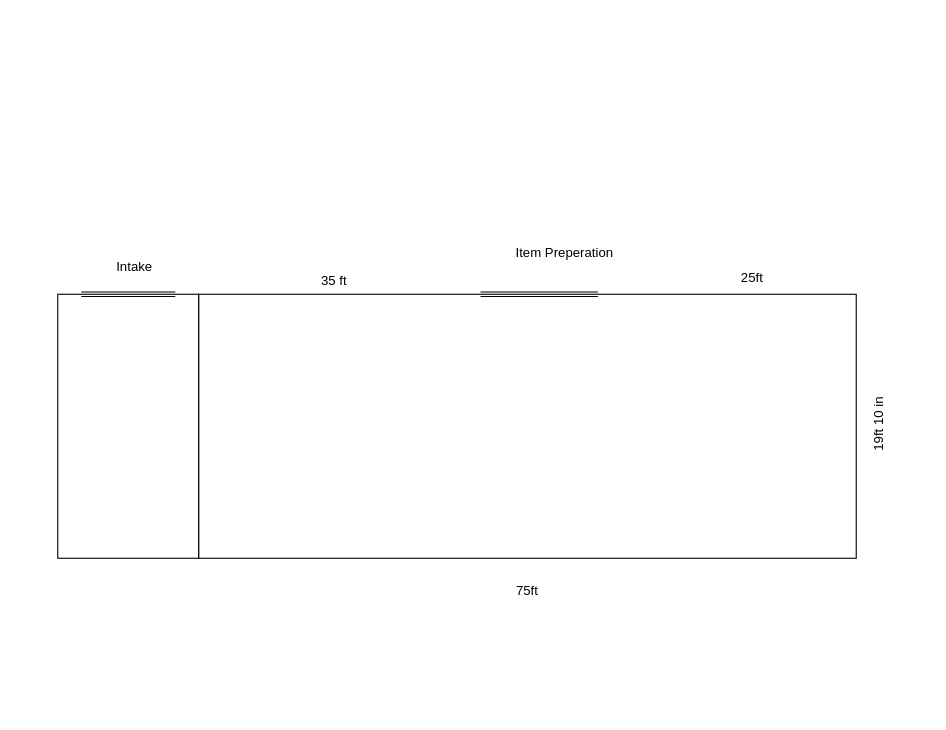
evanpaddock/Selma_Roots keeps this draw.io diagram as page "Store_Layout_Plan" (2 of 6) of selma_roots_diagrams.drawio. Above is the earlier version. Source tidied: cells renumbered, new cells numbered last; positions are measured from the earlier drawing's top-left corner, leaving out a move shared by most shapes. Both pictures are drawn from the tidied source at 110%, with x=0, y=0 at pixel (57, 228).
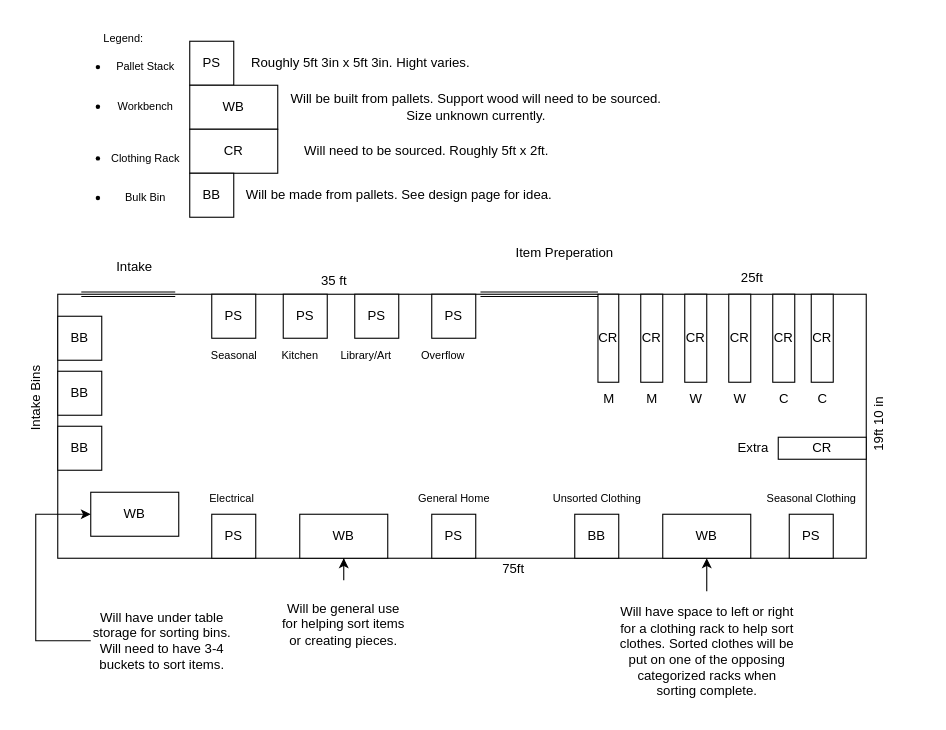
The same page after the edit.

The change refers to these unchanged cells:
```xml
<mxCell id="10" style="group;" parent="2" vertex="1">
  <mxGeometry y="60" width="128.1" height="240" as="geometry" />
</mxCell>
```

Diff of the diagram source:
```diff
@@
     <mxCell id="2" style="group;" parent="1" vertex="1">
-      <mxGeometry width="790" height="360" as="geometry" />
+      <mxGeometry width="790" height="420" as="geometry" />
     </mxCell>
-    <mxCell id="3" style="rounded=0;whiteSpace=wrap;html=1;" parent="2" vertex="1">
-      <mxGeometry x="128.1" y="60" width="597.8" height="240" as="geometry" />
-    </mxCell>
-    <mxCell id="4" value="75ft" style="text;html=1;align=center;verticalAlign=middle;whiteSpace=wrap;rounded=0;" parent="2" vertex="1">
-      <mxGeometry x="363" y="300" width="128.1" height="60" as="geometry" />
-    </mxCell>
+    <mxCell id="14" style="rounded=0;whiteSpace=wrap;html=1;" parent="2" vertex="1">
+      <mxGeometry y="60" width="735" height="240" as="geometry" />
+    </mxCell>
@@
-    <mxCell id="11" style="rounded=0;whiteSpace=wrap;html=1;" parent="10" vertex="1">
-      <mxGeometry width="128.1" height="240" as="geometry" />
-    </mxCell>
@@
+    <mxCell id="15" value="BB" style="whiteSpace=wrap;html=1;" parent="10" vertex="1">
+      <mxGeometry y="20" width="40" height="40" as="geometry" />
+    </mxCell>
+    <mxCell id="16" value="BB" style="whiteSpace=wrap;html=1;" parent="10" vertex="1">
+      <mxGeometry y="70" width="40" height="40" as="geometry" />
+    </mxCell>
+    <mxCell id="17" value="WB" style="whiteSpace=wrap;html=1;direction=west;" parent="10" vertex="1">
+      <mxGeometry x="30" y="180" width="80" height="40" as="geometry" />
+    </mxCell>
@@
+    <mxCell id="18" value="PS" style="whiteSpace=wrap;html=1;" parent="2" vertex="1">
+      <mxGeometry x="340" y="60" width="40" height="40" as="geometry" />
+    </mxCell>
+    <mxCell id="19" value="PS" style="whiteSpace=wrap;html=1;" parent="2" vertex="1">
+      <mxGeometry x="270" y="60" width="40" height="40" as="geometry" />
+    </mxCell>
+    <mxCell id="20" value="PS" style="whiteSpace=wrap;html=1;" parent="2" vertex="1">
+      <mxGeometry x="205" y="60" width="40" height="40" as="geometry" />
+    </mxCell>
+    <mxCell id="21" value="PS" style="whiteSpace=wrap;html=1;" parent="2" vertex="1">
+      <mxGeometry x="140" y="60" width="40" height="40" as="geometry" />
+    </mxCell>
+    <mxCell id="22" value="PS" style="whiteSpace=wrap;html=1;" parent="2" vertex="1">
+      <mxGeometry x="140" y="260" width="40" height="40" as="geometry" />
+    </mxCell>
+    <mxCell id="23" value="PS" style="whiteSpace=wrap;html=1;" parent="2" vertex="1">
+      <mxGeometry x="340" y="260" width="40" height="40" as="geometry" />
+    </mxCell>
+    <mxCell id="24" value="&lt;font style=&quot;font-size: 10px;&quot;&gt;Electrical&lt;/font&gt;" style="text;html=1;align=center;verticalAlign=middle;strokeColor=none;fillColor=none;" parent="2" vertex="1">
+      <mxGeometry x="128.1" y="230" width="60" height="30" as="geometry" />
+    </mxCell>
+    <mxCell id="25" value="&lt;font style=&quot;font-size: 10px;&quot;&gt;Kitchen&lt;/font&gt;" style="text;html=1;align=center;verticalAlign=middle;strokeColor=none;fillColor=none;" parent="2" vertex="1">
+      <mxGeometry x="190" y="100" width="60" height="30" as="geometry" />
+    </mxCell>
+    <mxCell id="26" value="&lt;font style=&quot;font-size: 10px;&quot;&gt;General Home&lt;/font&gt;" style="text;html=1;align=center;verticalAlign=middle;strokeColor=none;fillColor=none;" parent="2" vertex="1">
+      <mxGeometry x="315" y="230" width="90" height="30" as="geometry" />
+    </mxCell>
+    <mxCell id="27" value="&lt;font style=&quot;font-size: 10px;&quot;&gt;Library/Art&lt;/font&gt;" style="text;html=1;align=center;verticalAlign=middle;strokeColor=none;fillColor=none;" parent="2" vertex="1">
+      <mxGeometry x="245" y="100" width="70" height="30" as="geometry" />
+    </mxCell>
+    <mxCell id="28" value="CR" style="whiteSpace=wrap;html=1;direction=south;" parent="2" vertex="1">
+      <mxGeometry x="491.1" y="60" width="18.9" height="80" as="geometry" />
+    </mxCell>
+    <mxCell id="29" value="CR" style="whiteSpace=wrap;html=1;direction=south;" parent="2" vertex="1">
+      <mxGeometry x="530" y="60" width="20" height="80" as="geometry" />
+    </mxCell>
+    <mxCell id="30" value="CR" style="whiteSpace=wrap;html=1;direction=south;" parent="2" vertex="1">
+      <mxGeometry x="570" y="60" width="20" height="80" as="geometry" />
+    </mxCell>
+    <mxCell id="31" value="CR" style="whiteSpace=wrap;html=1;direction=south;" parent="2" vertex="1">
+      <mxGeometry x="610" y="60" width="20" height="80" as="geometry" />
+    </mxCell>
+    <mxCell id="32" value="CR" style="whiteSpace=wrap;html=1;direction=south;" parent="2" vertex="1">
+      <mxGeometry x="650" y="60" width="20" height="80" as="geometry" />
+    </mxCell>
+    <mxCell id="33" value="M" style="text;html=1;align=center;verticalAlign=middle;strokeColor=none;fillColor=none;" parent="2" vertex="1">
+      <mxGeometry x="485.5" y="140" width="30" height="30" as="geometry" />
+    </mxCell>
+    <mxCell id="34" value="M" style="text;html=1;align=center;verticalAlign=middle;strokeColor=none;fillColor=none;" parent="2" vertex="1">
+      <mxGeometry x="525" y="140" width="30" height="30" as="geometry" />
+    </mxCell>
+    <mxCell id="35" value="W" style="text;html=1;align=center;verticalAlign=middle;strokeColor=none;fillColor=none;" parent="2" vertex="1">
+      <mxGeometry x="565" y="140" width="30" height="30" as="geometry" />
+    </mxCell>
+    <mxCell id="36" value="CR" style="whiteSpace=wrap;html=1;direction=south;" parent="2" vertex="1">
+      <mxGeometry x="685" y="60" width="20" height="80" as="geometry" />
+    </mxCell>
+    <mxCell id="37" value="W" style="text;html=1;align=center;verticalAlign=middle;strokeColor=none;fillColor=none;" parent="2" vertex="1">
+      <mxGeometry x="605" y="140" width="30" height="30" as="geometry" />
+    </mxCell>
+    <mxCell id="38" value="C" style="text;html=1;align=center;verticalAlign=middle;strokeColor=none;fillColor=none;" parent="2" vertex="1">
+      <mxGeometry x="645" y="140" width="30" height="30" as="geometry" />
+    </mxCell>
+    <mxCell id="39" value="C" style="text;html=1;align=center;verticalAlign=middle;strokeColor=none;fillColor=none;" parent="2" vertex="1">
+      <mxGeometry x="680" y="140" width="30" height="30" as="geometry" />
+    </mxCell>
+    <mxCell id="40" value="PS" style="whiteSpace=wrap;html=1;" parent="2" vertex="1">
+      <mxGeometry x="665" y="260" width="40" height="40" as="geometry" />
+    </mxCell>
+    <mxCell id="41" value="WB" style="whiteSpace=wrap;html=1;direction=east;" parent="2" vertex="1">
+      <mxGeometry x="220" y="260" width="80" height="40" as="geometry" />
+    </mxCell>
+    <mxCell id="42" value="WB" style="whiteSpace=wrap;html=1;" parent="2" vertex="1">
+      <mxGeometry x="550" y="260" width="80" height="40" as="geometry" />
+    </mxCell>
+    <mxCell id="43" value="&lt;font style=&quot;font-size: 10px;&quot;&gt;Seasonal&lt;/font&gt;" style="text;html=1;align=center;verticalAlign=middle;strokeColor=none;fillColor=none;" parent="2" vertex="1">
+      <mxGeometry x="125" y="100" width="70" height="30" as="geometry" />
+    </mxCell>
+    <mxCell id="44" value="&lt;font style=&quot;font-size: 10px;&quot;&gt;Overflow&lt;/font&gt;" style="text;html=1;align=center;verticalAlign=middle;strokeColor=none;fillColor=none;" parent="2" vertex="1">
+      <mxGeometry x="320" y="100" width="60" height="30" as="geometry" />
+    </mxCell>
+    <mxCell id="45" value="&lt;font style=&quot;font-size: 10px;&quot;&gt;Seasonal Clothing&lt;/font&gt;" style="text;html=1;align=center;verticalAlign=middle;strokeColor=none;fillColor=none;" parent="2" vertex="1">
+      <mxGeometry x="635" y="230" width="100" height="30" as="geometry" />
+    </mxCell>
+    <mxCell id="46" value="BB" style="whiteSpace=wrap;html=1;" parent="2" vertex="1">
+      <mxGeometry x="470" y="260" width="40" height="40" as="geometry" />
+    </mxCell>
+    <mxCell id="47" value="&lt;font style=&quot;font-size: 10px;&quot;&gt;Unsorted Clothing&lt;/font&gt;" style="text;html=1;align=center;verticalAlign=middle;strokeColor=none;fillColor=none;" parent="2" vertex="1">
+      <mxGeometry x="440" y="230" width="100" height="30" as="geometry" />
+    </mxCell>
+    <mxCell id="48" value="BB" style="whiteSpace=wrap;html=1;" parent="2" vertex="1">
+      <mxGeometry y="180" width="40" height="40" as="geometry" />
+    </mxCell>
+    <mxCell id="49" value="CR" style="whiteSpace=wrap;html=1;direction=west;" parent="2" vertex="1">
+      <mxGeometry x="655" y="190" width="80" height="20" as="geometry" />
+    </mxCell>
+    <mxCell id="50" value="Extra" style="text;html=1;align=center;verticalAlign=middle;strokeColor=none;fillColor=none;" parent="2" vertex="1">
+      <mxGeometry x="607" y="185" width="50" height="30" as="geometry" />
+    </mxCell>
+    <mxCell id="51" style="edgeStyle=orthogonalEdgeStyle;rounded=0;jettySize=auto;html=1;" parent="2" edge="1" source="52" target="41">
+      <mxGeometry relative="1" as="geometry" />
+    </mxCell>
+    <mxCell id="52" value="Will be general use for helping sort items or creating pieces." style="text;html=1;align=center;verticalAlign=middle;whiteSpace=wrap;rounded=0;" parent="2" vertex="1">
+      <mxGeometry x="200" y="320" width="120" height="80" as="geometry" />
+    </mxCell>
+    <mxCell id="4" value="75ft" style="text;html=1;align=center;verticalAlign=middle;whiteSpace=wrap;rounded=0;" parent="2" vertex="1">
+      <mxGeometry x="380" y="300" width="69" height="20" as="geometry" />
+    </mxCell>
+    <mxCell id="53" value="&lt;font style=&quot;font-size: 10px;&quot;&gt;Legend:&lt;/font&gt;&lt;div&gt;&lt;ul&gt;&lt;li&gt;&lt;font style=&quot;font-size: 10px;&quot;&gt;Pallet Stack&lt;/font&gt;&lt;/li&gt;&lt;/ul&gt;&lt;ul style=&quot;padding-top: 10px; padding-bottom: 10px;&quot;&gt;&lt;li&gt;&lt;font style=&quot;font-size: 10px;&quot;&gt;Workbench&lt;/font&gt;&lt;/li&gt;&lt;/ul&gt;&lt;ul style=&quot;padding-top: 10px; padding-bottom: 10px; padding-right: 0px;&quot;&gt;&lt;li&gt;&lt;font style=&quot;font-size: 10px;&quot;&gt;Clothing Rack&lt;/font&gt;&lt;/li&gt;&lt;/ul&gt;&lt;ul&gt;&lt;li&gt;&lt;font style=&quot;font-size: 10px;&quot;&gt;Bulk Bin&lt;/font&gt;&lt;/li&gt;&lt;/ul&gt;&lt;/div&gt;" style="text;html=1;align=center;verticalAlign=middle;whiteSpace=wrap;rounded=0;" parent="1" vertex="1">
+      <mxGeometry y="-190" width="120" height="190" as="geometry" />
+    </mxCell>
+    <mxCell id="54" value="PS" style="whiteSpace=wrap;html=1;" parent="1" vertex="1">
+      <mxGeometry x="120" y="-170" width="40" height="40" as="geometry" />
+    </mxCell>
+    <mxCell id="55" value="WB" style="whiteSpace=wrap;html=1;" parent="1" vertex="1">
+      <mxGeometry x="120" y="-130" width="80" height="40" as="geometry" />
+    </mxCell>
+    <mxCell id="56" value="CR" style="whiteSpace=wrap;html=1;" parent="1" vertex="1">
+      <mxGeometry x="120" y="-90" width="80" height="40" as="geometry" />
+    </mxCell>
+    <mxCell id="57" value="BB" style="whiteSpace=wrap;html=1;" parent="1" vertex="1">
+      <mxGeometry x="120" y="-50" width="40" height="40" as="geometry" />
+    </mxCell>
+    <mxCell id="58" style="edgeStyle=orthogonalEdgeStyle;rounded=0;jettySize=auto;html=1;entryX=1;entryY=0.5;entryDx=0;entryDy=0;exitX=0;exitY=0.5;exitDx=0;exitDy=0;" parent="1" edge="1" source="59" target="17">
+      <mxGeometry relative="1" as="geometry">
+        <Array as="points">
+          <mxPoint x="-20" y="375" />
+          <mxPoint x="-20" y="260" />
+        </Array>
+      </mxGeometry>
+    </mxCell>
+    <mxCell id="59" value="Will have under table storage for sorting bins. Will need to have 3-4 buckets to sort items." style="text;html=1;align=center;verticalAlign=middle;whiteSpace=wrap;rounded=0;" parent="1" vertex="1">
+      <mxGeometry x="30" y="340" width="130" height="70" as="geometry" />
+    </mxCell>
+    <mxCell id="60" value="Roughly 5ft 3in x 5ft 3in. Hight varies." style="text;html=1;align=center;verticalAlign=middle;strokeColor=none;fillColor=none;" parent="1" vertex="1">
+      <mxGeometry x="165" y="-165" width="220" height="30" as="geometry" />
+    </mxCell>
+    <mxCell id="61" value="Will be built from pallets. Support wood will need to be sourced.&lt;div&gt;Size unknown currently.&lt;/div&gt;" style="text;html=1;align=center;verticalAlign=middle;strokeColor=none;fillColor=none;" parent="1" vertex="1">
+      <mxGeometry x="200" y="-130" width="360" height="40" as="geometry" />
+    </mxCell>
+    <mxCell id="62" value="Will need to be sourced. Roughly 5ft x 2ft." style="text;html=1;align=center;verticalAlign=middle;strokeColor=none;fillColor=none;" parent="1" vertex="1">
+      <mxGeometry x="210" y="-85" width="250" height="30" as="geometry" />
+    </mxCell>
+    <mxCell id="63" value="Will be made from pallets. See design page for idea." style="text;html=1;align=center;verticalAlign=middle;strokeColor=none;fillColor=none;" parent="1" vertex="1">
+      <mxGeometry x="160" y="-45" width="300" height="30" as="geometry" />
+    </mxCell>
+    <mxCell id="64" value="Intake Bins" style="text;html=1;align=center;verticalAlign=middle;strokeColor=none;fillColor=none;rotation=270;" parent="1" vertex="1">
+      <mxGeometry x="-60" y="140" width="80" height="30" as="geometry" />
+    </mxCell>
+    <mxCell id="65" style="edgeStyle=orthogonalEdgeStyle;rounded=0;jettySize=auto;html=1;" parent="1" edge="1" source="66" target="42">
+      <mxGeometry relative="1" as="geometry" />
+    </mxCell>
+    <mxCell id="66" value="Will have space to left or right for a clothing rack to help sort clothes. Sorted clothes will be put on one of the opposing categorized racks when sorting complete." style="text;html=1;align=center;verticalAlign=middle;whiteSpace=wrap;rounded=0;" parent="1" vertex="1">
+      <mxGeometry x="507.5" y="330" width="165" height="110" as="geometry" />
+    </mxCell>
```
